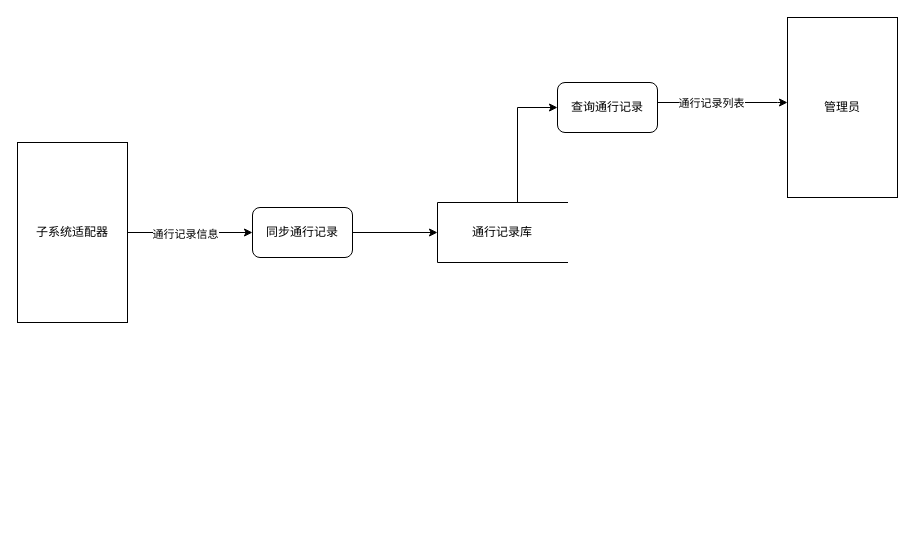
Above: 通行记录管理.drawio in Alger-g/diagrams (draw.io), before the change. Source tidied: cells renumbered, new cells numbered last; positions are measured from the earlier drawing's top-left corner, leaving out a move shared by most shapes. Both pictures are drawn from the tidied source at 100%, with x=0, y=0 at pixel (17, 17).
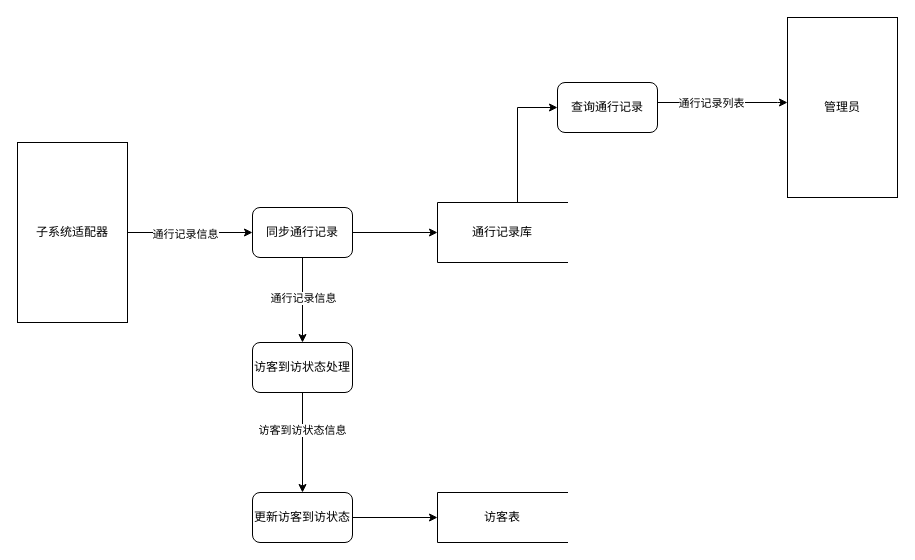
After the change.

Commit message:
更新通行记录管理.drawio

The change refers to these unchanged cells:
```xml
<mxCell id="12" value="同步通行记录" style="rounded=1;whiteSpace=wrap;html=1;" parent="1" vertex="1">
  <mxGeometry x="235" y="190" width="100" height="50" as="geometry" />
</mxCell>
```

What changed in the source:
```diff
@@
+    <mxCell id="13" style="edgeStyle=orthogonalEdgeStyle;rounded=0;jettySize=auto;html=1;" parent="1" edge="1" source="12" target="18">
+      <mxGeometry relative="1" as="geometry" />
+    </mxCell>
+    <mxCell id="14" value="通行记录信息" style="edgeLabel;html=1;align=center;verticalAlign=middle;" parent="13" vertex="1">
+      <mxGeometry x="-0.06" relative="1" as="geometry" />
+    </mxCell>
@@
+    <mxCell id="15" value="访客表" style="shape=partialRectangle;whiteSpace=wrap;html=1;bottom=1;right=1;left=1;top=0;fillColor=none;routingCenterX=-0.5;direction=south;" parent="1" vertex="1">
+      <mxGeometry x="420" y="475" width="130" height="50" as="geometry" />
+    </mxCell>
+    <mxCell id="16" style="edgeStyle=orthogonalEdgeStyle;rounded=0;jettySize=auto;html=1;" parent="1" edge="1" source="18" target="20">
+      <mxGeometry relative="1" as="geometry" />
+    </mxCell>
+    <mxCell id="17" value="访客到访状态信息" style="edgeLabel;html=1;align=center;verticalAlign=middle;" parent="16" vertex="1">
+      <mxGeometry x="-0.26" y="-1" relative="1" as="geometry" />
+    </mxCell>
+    <mxCell id="18" value="访客到访状态处理" style="rounded=1;whiteSpace=wrap;html=1;" parent="1" vertex="1">
+      <mxGeometry x="235" y="325" width="100" height="50" as="geometry" />
+    </mxCell>
+    <mxCell id="19" style="edgeStyle=orthogonalEdgeStyle;rounded=0;jettySize=auto;html=1;" parent="1" edge="1" source="20" target="15">
+      <mxGeometry relative="1" as="geometry" />
+    </mxCell>
+    <mxCell id="20" value="更新访客到访状态" style="rounded=1;whiteSpace=wrap;html=1;" parent="1" vertex="1">
+      <mxGeometry x="235" y="475" width="100" height="50" as="geometry" />
+    </mxCell>
```
